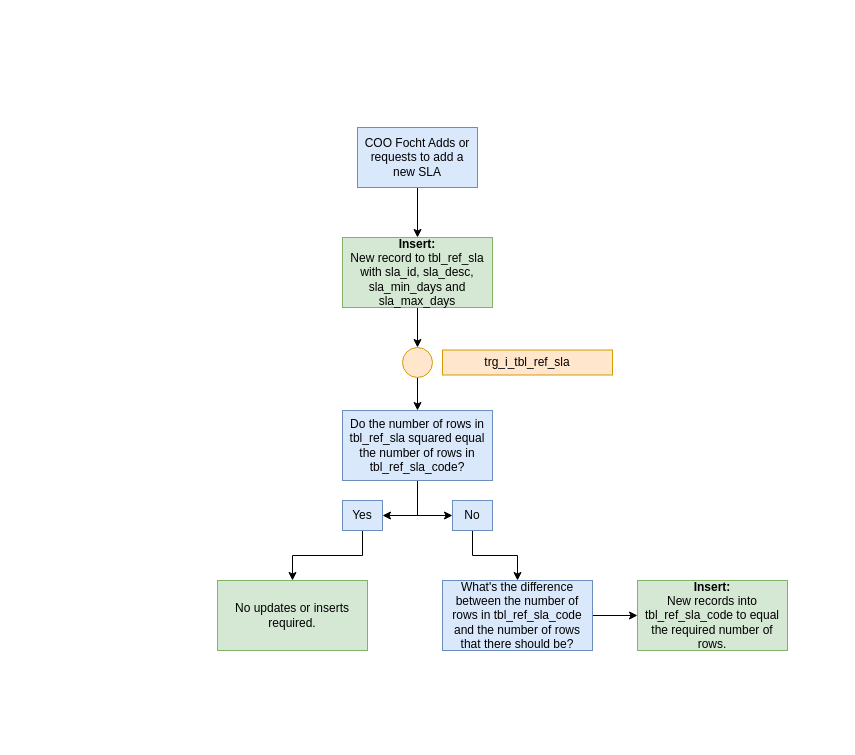
Earlier version of the draw.io diagram images/trg_i_tbl_ref_sla;trg_i_tbl_ref_sla_code.drawio (NYC-Parks/SLADB). Source tidied: cells renumbered, new cells numbered last; positions are measured from the earlier drawing's top-left corner, leaving out a move shared by most shapes. Both pictures are drawn from the tidied source at 100%, with x=0, y=0 at pixel (217, 127).
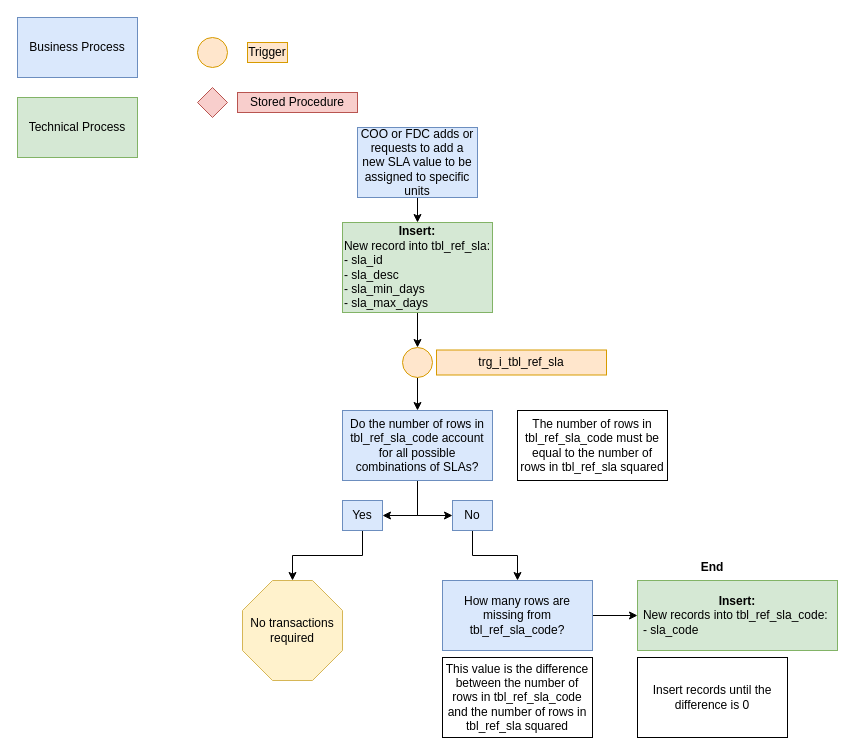
The same diagram, later.

The change refers to these unchanged cells:
```xml
<mxCell id="10" value="Yes" style="rounded=0;whiteSpace=wrap;html=1;fillColor=#dae8fc;strokeColor=#6c8ebf;" parent="1" vertex="1">
  <mxGeometry x="125" y="373" width="40" height="30" as="geometry" />
</mxCell>
```

What changed in the source:
```diff
@@
-    <mxCell id="3" value="COO Focht Adds or requests to add a new SLA" style="rounded=0;whiteSpace=wrap;html=1;fillColor=#dae8fc;strokeColor=#6c8ebf;" parent="1" vertex="1">
-      <mxGeometry x="140" width="120" height="60" as="geometry" />
+    <mxCell id="3" value="COO or FDC adds or requests to add a new SLA value to be assigned to specific units" style="rounded=0;whiteSpace=wrap;html=1;fillColor=#dae8fc;strokeColor=#6c8ebf;" parent="1" vertex="1">
+      <mxGeometry x="140" width="120" height="70" as="geometry" />
     </mxCell>
@@
-    <mxCell id="5" value="&lt;b&gt;Insert:&lt;/b&gt;&lt;br&gt;New record to tbl_ref_sla with sla_id, sla_desc, sla_min_days and sla_max_days" style="rounded=0;whiteSpace=wrap;html=1;fillColor=#d5e8d4;strokeColor=#82b366;" parent="1" vertex="1">
-      <mxGeometry x="125" y="110" width="150" height="70" as="geometry" />
+    <mxCell id="5" value="&lt;b&gt;Insert:&lt;/b&gt;&lt;br&gt;New record into tbl_ref_sla:&lt;br&gt;&lt;div style=&quot;text-align: left&quot;&gt;&lt;span&gt;- sla_id&lt;/span&gt;&lt;/div&gt;&lt;div style=&quot;text-align: left&quot;&gt;&lt;span&gt;- sla_desc&lt;/span&gt;&lt;/div&gt;&lt;div style=&quot;text-align: left&quot;&gt;&lt;span&gt;- sla_min_days&lt;/span&gt;&lt;/div&gt;&lt;div style=&quot;text-align: left&quot;&gt;&lt;span&gt;- sla_max_days&lt;/span&gt;&lt;/div&gt;" style="rounded=0;whiteSpace=wrap;html=1;fillColor=#d5e8d4;strokeColor=#82b366;" parent="1" vertex="1">
+      <mxGeometry x="125" y="95" width="150" height="90" as="geometry" />
     </mxCell>
@@
-    <mxCell id="8" value="Do the number of rows in tbl_ref_sla squared equal the number of rows in tbl_ref_sla_code?" style="rounded=0;whiteSpace=wrap;html=1;fillColor=#dae8fc;strokeColor=#6c8ebf;" parent="1" vertex="1">
+    <mxCell id="8" value="Do the number of rows in tbl_ref_sla_code account for all possible combinations of SLAs?" style="rounded=0;whiteSpace=wrap;html=1;fillColor=#dae8fc;strokeColor=#6c8ebf;" parent="1" vertex="1">
       <mxGeometry x="125" y="283" width="150" height="70" as="geometry" />
     </mxCell>
-    <mxCell id="9" style="edgeStyle=orthogonalEdgeStyle;rounded=0;jettySize=auto;html=1;exitX=0.5;exitY=1;exitDx=0;exitDy=0;entryX=0.5;entryY=0;entryDx=0;entryDy=0;" parent="1" edge="1" source="10" target="16">
+    <mxCell id="9" style="edgeStyle=orthogonalEdgeStyle;rounded=0;jettySize=auto;html=1;exitX=0.5;exitY=1;exitDx=0;exitDy=0;entryX=0.5;entryY=0;entryDx=0;entryDy=0;entryPerimeter=0;" parent="1" edge="1" source="10" target="27">
       <mxGeometry relative="1" as="geometry" />
     </mxCell>
@@
-    <mxCell id="14" value="What's the difference between the number of rows in tbl_ref_sla_code and the number of rows that there should be?" style="rounded=0;whiteSpace=wrap;html=1;fillColor=#dae8fc;strokeColor=#6c8ebf;" parent="1" vertex="1">
+    <mxCell id="14" value="How many rows are missing from tbl_ref_sla_code?" style="rounded=0;whiteSpace=wrap;html=1;fillColor=#dae8fc;strokeColor=#6c8ebf;" parent="1" vertex="1">
       <mxGeometry x="225" y="453" width="150" height="70" as="geometry" />
     </mxCell>
-    <mxCell id="15" value="&lt;b&gt;Insert:&lt;/b&gt;&lt;br&gt;New records into tbl_ref_sla_code to equal the required number of rows." style="rounded=0;whiteSpace=wrap;html=1;fillColor=#d5e8d4;strokeColor=#82b366;" parent="1" vertex="1">
-      <mxGeometry x="420" y="453" width="150" height="70" as="geometry" />
+    <mxCell id="15" value="&lt;b&gt;Insert:&lt;/b&gt;&lt;br&gt;&lt;div style=&quot;text-align: left&quot;&gt;&lt;span&gt;New records into tbl_ref_sla_code:&amp;nbsp;&lt;/span&gt;&lt;/div&gt;&lt;div style=&quot;text-align: left&quot;&gt;&lt;span&gt;- sla_code&lt;/span&gt;&lt;/div&gt;" style="rounded=0;whiteSpace=wrap;html=1;fillColor=#d5e8d4;strokeColor=#82b366;align=center;" parent="1" vertex="1">
+      <mxGeometry x="420" y="453" width="200" height="70" as="geometry" />
     </mxCell>
-    <mxCell id="16" value="No updates or inserts required." style="rounded=0;whiteSpace=wrap;html=1;fillColor=#d5e8d4;strokeColor=#82b366;" parent="1" vertex="1">
-      <mxGeometry y="453" width="150" height="70" as="geometry" />
-    </mxCell>
@@
     <mxCell id="19" value="trg_i_tbl_ref_sla" style="rounded=0;whiteSpace=wrap;html=1;fillColor=#ffe6cc;strokeColor=#d79b00;" parent="1" vertex="1">
-      <mxGeometry x="225" y="222.5" width="170" height="25" as="geometry" />
+      <mxGeometry x="219" y="222.5" width="170" height="25" as="geometry" />
     </mxCell>
+    <mxCell id="20" value="Business Process" style="rounded=0;whiteSpace=wrap;html=1;fillColor=#dae8fc;strokeColor=#6c8ebf;" parent="1" vertex="1">
+      <mxGeometry x="-200" y="-110" width="120" height="60" as="geometry" />
+    </mxCell>
+    <mxCell id="21" value="Technical Process" style="rounded=0;whiteSpace=wrap;html=1;fillColor=#d5e8d4;strokeColor=#82b366;" parent="1" vertex="1">
+      <mxGeometry x="-200" y="-30" width="120" height="60" as="geometry" />
+    </mxCell>
+    <mxCell id="22" style="ellipse;whiteSpace=wrap;html=1;fillColor=#ffe6cc;strokeColor=#d79b00;" parent="1" vertex="1">
+      <mxGeometry x="-20" y="-90" width="30" height="30" as="geometry" />
+    </mxCell>
+    <mxCell id="23" value="Trigger" style="text;html=1;strokeColor=#d79b00;fillColor=#ffe6cc;align=center;verticalAlign=middle;whiteSpace=wrap;rounded=0;" parent="1" vertex="1">
+      <mxGeometry x="30" y="-85" width="40" height="20" as="geometry" />
+    </mxCell>
+    <mxCell id="24" style="rhombus;whiteSpace=wrap;html=1;align=left;fillColor=#f8cecc;strokeColor=#b85450;" parent="1" vertex="1">
+      <mxGeometry x="-20" y="-40" width="30" height="30" as="geometry" />
+    </mxCell>
+    <mxCell id="25" value="Stored Procedure" style="text;html=1;strokeColor=#b85450;fillColor=#f8cecc;align=center;verticalAlign=middle;whiteSpace=wrap;rounded=0;" parent="1" vertex="1">
+      <mxGeometry x="20" y="-35" width="120" height="20" as="geometry" />
+    </mxCell>
+    <mxCell id="26" value="The number of rows in tbl_ref_sla_code must be equal to the number of rows in tbl_ref_sla squared" style="rounded=0;whiteSpace=wrap;html=1;" parent="1" vertex="1">
+      <mxGeometry x="300" y="283" width="150" height="70" as="geometry" />
+    </mxCell>
+    <mxCell id="27" value="No transactions required" style="whiteSpace=wrap;html=1;shape=mxgraph.basic.octagon2;align=center;verticalAlign=middle;dx=15;fillColor=#fff2cc;strokeColor=#d6b656;" parent="1" vertex="1">
+      <mxGeometry x="25" y="453" width="100" height="100" as="geometry" />
+    </mxCell>
+    <mxCell id="28" value="This value is the difference between the number of rows in tbl_ref_sla_code and the number of rows in tbl_ref_sla squared" style="rounded=0;whiteSpace=wrap;html=1;" parent="1" vertex="1">
+      <mxGeometry x="225" y="530" width="150" height="80" as="geometry" />
+    </mxCell>
+    <mxCell id="29" value="Insert records until the difference is 0" style="rounded=0;whiteSpace=wrap;html=1;" parent="1" vertex="1">
+      <mxGeometry x="420" y="530" width="150" height="80" as="geometry" />
+    </mxCell>
+    <mxCell id="30" value="End" style="text;html=1;strokeColor=none;fillColor=none;align=center;verticalAlign=middle;whiteSpace=wrap;rounded=0;fontStyle=1;" parent="1" vertex="1">
+      <mxGeometry x="475" y="430" width="40" height="20" as="geometry" />
+    </mxCell>
```
